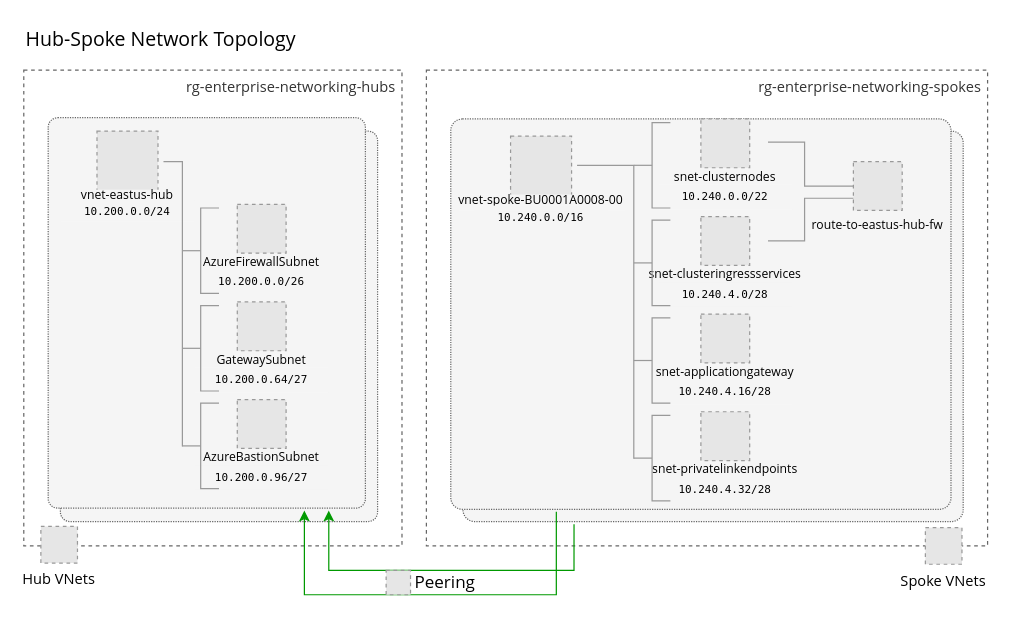
Before: page "Vertical Layout" (1 of 2) of networking/network-topology.drawio in mspnp/aks-baseline, a draw.io diagram. Source tidied: cells renumbered, new cells numbered last; positions are measured from the earlier drawing's top-left corner, leaving out a move shared by most shapes. Both pictures are drawn from the tidied source at 122%, with x=0, y=0 at pixel (23, 21). Pictures stored in the file or linked from it are replaced by grey dashed boxes.
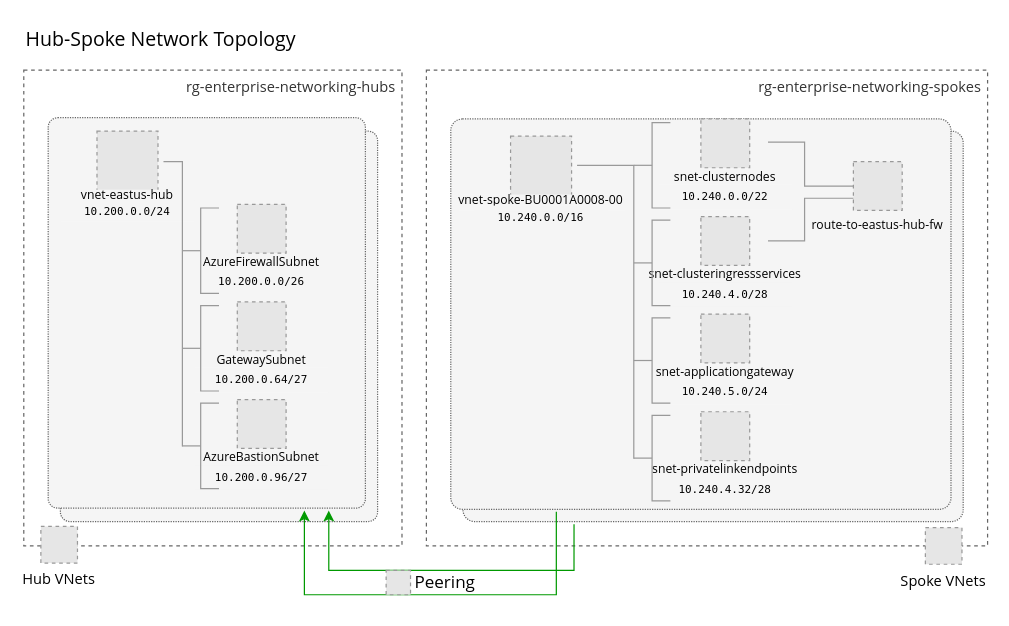
Above is the later version.

Commit message (it also covers changes not shown here):
patch (network topology): [appgw] right size appgw snet (#304)

The change refers to these unchanged cells:
```xml
<mxCell id="29" style="group;" parent="1" vertex="1">
  <mxGeometry x="520" y="240" width="110" height="74" as="geometry" />
</mxCell>
```

Diff of the diagram source:
```diff
@@
-    <mxCell id="31" value="10.240.4.16/28" style="text;html=1;strokeColor=none;fillColor=#F5F5F5;align=center;verticalAlign=middle;whiteSpace=wrap;rounded=0;dashed=1;dashPattern=1 1;fontFamily=Lucida Console;fontSize=9;" parent="29" vertex="1">
+    <mxCell id="31" value="10.240.5.0/24" style="text;html=1;strokeColor=none;fillColor=#F5F5F5;align=center;verticalAlign=middle;whiteSpace=wrap;rounded=0;dashed=1;dashPattern=1 1;fontFamily=Lucida Console;fontSize=9;" parent="29" vertex="1">
       <mxGeometry y="54" width="110" height="20" as="geometry" />
     </mxCell>
```
